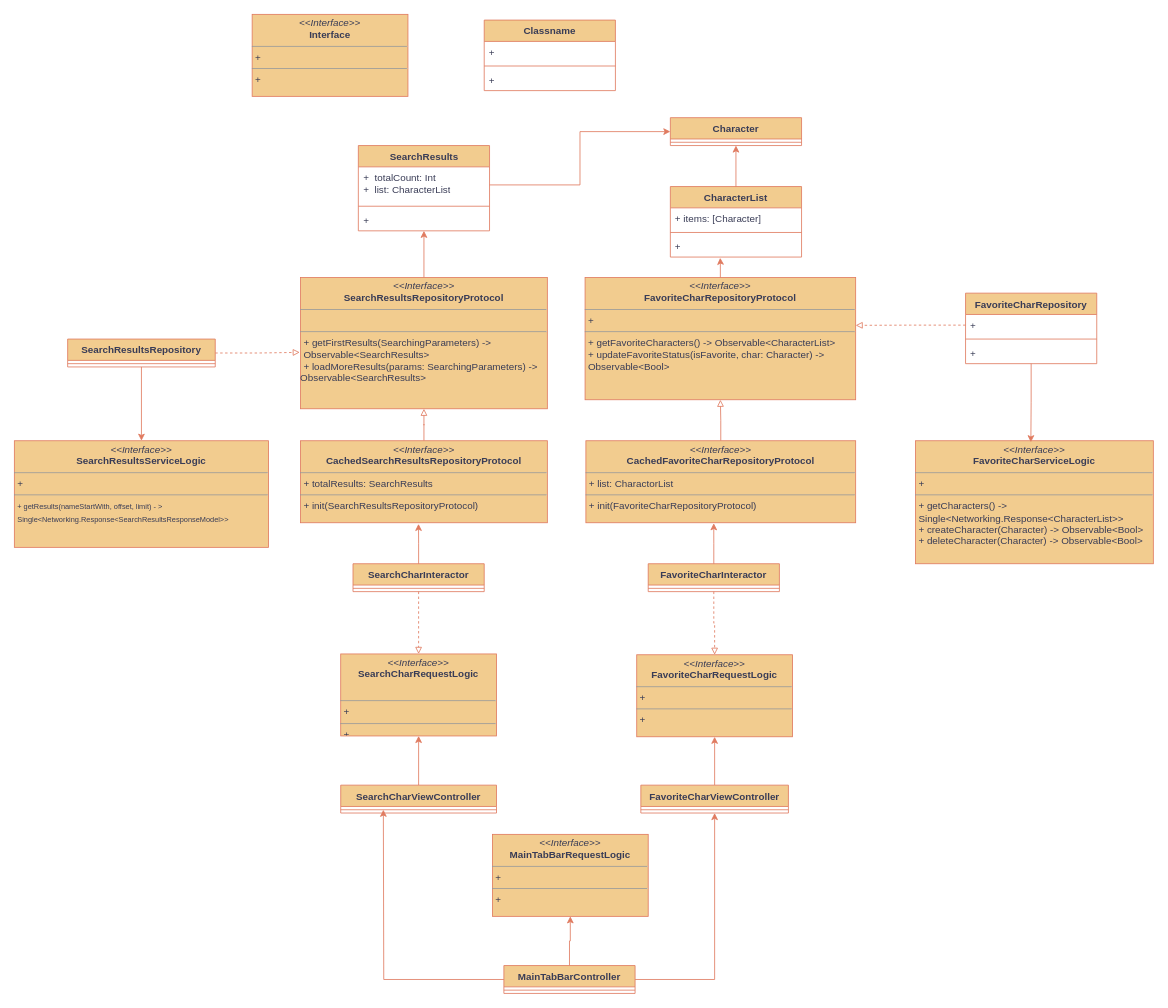
Above: Characters.drawio in gookhee/diagrams (draw.io), before the change. Source tidied: cells renumbered, new cells numbered last; positions are measured from the earlier drawing's top-left corner, leaving out a move shared by most shapes. Both pictures are drawn from the tidied source at 82%, with x=0, y=0 at pixel (14, 14).
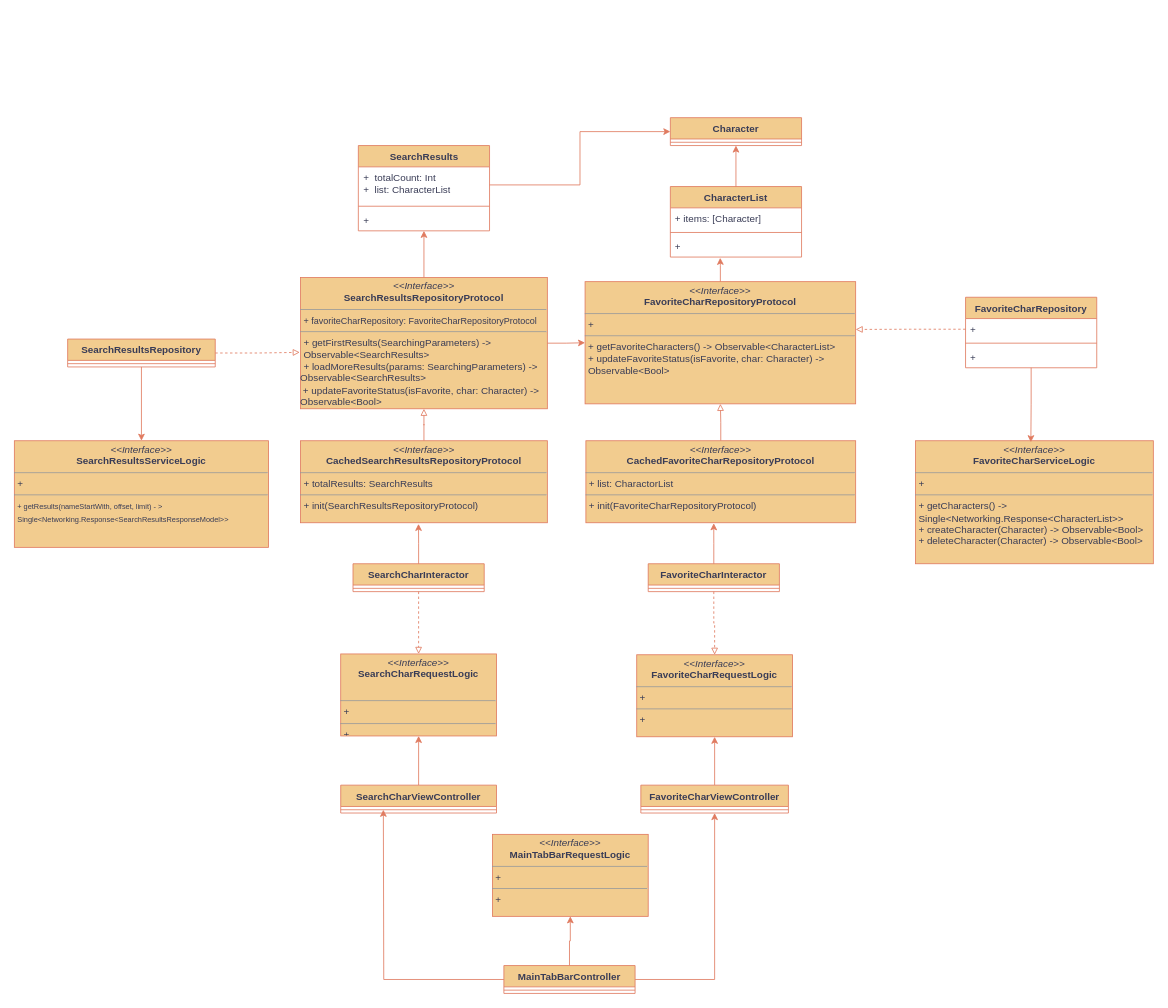
Above is the later version.

The edit, as a diff of the source:
```diff
@@
-    <mxCell id="2" value="&lt;p style=&quot;margin:0px;margin-top:4px;text-align:center;&quot;&gt;&lt;i&gt;&amp;lt;&amp;lt;Interface&amp;gt;&amp;gt;&lt;/i&gt;&lt;br&gt;&lt;b&gt;Interface&lt;/b&gt;&lt;/p&gt;&lt;hr size=&quot;1&quot;&gt;&lt;p style=&quot;margin:0px;margin-left:4px;&quot;&gt;+&amp;nbsp;&lt;br&gt;&lt;/p&gt;&lt;hr size=&quot;1&quot;&gt;&lt;p style=&quot;margin:0px;margin-left:4px;&quot;&gt;+&amp;nbsp;&lt;br&gt;&lt;/p&gt;" style="verticalAlign=top;align=left;overflow=fill;fontSize=12;fontFamily=Helvetica;html=1;whiteSpace=wrap;labelBackgroundColor=none;fillColor=#F2CC8F;strokeColor=#E07A5F;fontColor=#393C56;" parent="1" vertex="1">
-      <mxGeometry x="290" width="190" height="100" as="geometry" />
-    </mxCell>
@@
+    <mxCell id="61" style="edgeStyle=orthogonalEdgeStyle;rounded=0;jettySize=auto;html=1;entryX=0;entryY=0.5;entryDx=0;entryDy=0;strokeColor=#E07A5F;fontColor=#393C56;fillColor=#F2CC8F;" parent="1" edge="1" source="27" target="38">
+      <mxGeometry relative="1" as="geometry" />
+    </mxCell>
-    <mxCell id="27" value="&lt;p style=&quot;margin:0px;margin-top:4px;text-align:center;&quot;&gt;&lt;i&gt;&amp;lt;&amp;lt;Interface&amp;gt;&amp;gt;&lt;/i&gt;&lt;br&gt;&lt;b&gt;SearchResultsRepositoryProtocol&lt;/b&gt;&lt;/p&gt;&lt;hr size=&quot;1&quot;&gt;&lt;p style=&quot;margin:0px;margin-left:4px;&quot;&gt;&lt;br&gt;&lt;/p&gt;&lt;hr size=&quot;1&quot;&gt;&lt;p style=&quot;margin:0px;margin-left:4px;&quot;&gt;+ getFirstResults(SearchingParameters) -&amp;gt; Observable&amp;lt;SearchResults&amp;gt;&lt;/p&gt;&lt;p style=&quot;margin:0px;margin-left:4px;&quot;&gt;+ loadMoreResults(params: SearchingParameters) -&amp;gt;&amp;nbsp;&lt;/p&gt;Observable&amp;lt;SearchResults&amp;gt;" style="verticalAlign=top;align=left;overflow=fill;fontSize=12;fontFamily=Helvetica;html=1;whiteSpace=wrap;labelBackgroundColor=none;fillColor=#F2CC8F;strokeColor=#E07A5F;fontColor=#393C56;" parent="1" vertex="1">
+    <mxCell id="27" value="&lt;p style=&quot;margin:0px;margin-top:4px;text-align:center;&quot;&gt;&lt;i&gt;&amp;lt;&amp;lt;Interface&amp;gt;&amp;gt;&lt;/i&gt;&lt;br&gt;&lt;b&gt;SearchResultsRepositoryProtocol&lt;/b&gt;&lt;/p&gt;&lt;hr size=&quot;1&quot;&gt;&lt;p style=&quot;margin:0px;margin-left:4px;&quot;&gt;&lt;font style=&quot;font-size: 11px;&quot;&gt;+ favoriteCharRepository: FavoriteCharRepositoryProtocol&lt;/font&gt;&lt;/p&gt;&lt;hr size=&quot;1&quot;&gt;&lt;p style=&quot;margin:0px;margin-left:4px;&quot;&gt;+ getFirstResults(SearchingParameters) -&amp;gt; Observable&amp;lt;SearchResults&amp;gt;&lt;/p&gt;&lt;p style=&quot;margin:0px;margin-left:4px;&quot;&gt;+ loadMoreResults(params: SearchingParameters) -&amp;gt;&amp;nbsp;&lt;/p&gt;Observable&amp;lt;SearchResults&amp;gt;&lt;br&gt;&amp;nbsp;+ updateFavoriteStatus(isFavorite, char: Character) -&amp;gt; Observable&amp;lt;Bool&amp;gt;" style="verticalAlign=top;align=left;overflow=fill;fontSize=12;fontFamily=Helvetica;html=1;whiteSpace=wrap;labelBackgroundColor=none;fillColor=#F2CC8F;strokeColor=#E07A5F;fontColor=#393C56;" parent="1" vertex="1">
       <mxGeometry x="349" y="321" width="301" height="160" as="geometry" />
     </mxCell>
@@
     <mxCell id="38" value="&lt;p style=&quot;margin:0px;margin-top:4px;text-align:center;&quot;&gt;&lt;i&gt;&amp;lt;&amp;lt;Interface&amp;gt;&amp;gt;&lt;/i&gt;&lt;br&gt;&lt;b&gt;FavoriteCharRepositoryProtocol&lt;/b&gt;&lt;/p&gt;&lt;hr size=&quot;1&quot;&gt;&lt;p style=&quot;margin:0px;margin-left:4px;&quot;&gt;+&amp;nbsp;&lt;br&gt;&lt;/p&gt;&lt;hr size=&quot;1&quot;&gt;&lt;p style=&quot;margin:0px;margin-left:4px;&quot;&gt;+ getFavoriteCharacters() -&amp;gt; Observable&amp;lt;CharacterList&amp;gt;&lt;/p&gt;&lt;p style=&quot;margin:0px;margin-left:4px;&quot;&gt;+ updateFavoriteStatus(isFavorite, char: Character) -&amp;gt; Observable&amp;lt;Bool&amp;gt;&lt;/p&gt;" style="verticalAlign=top;align=left;overflow=fill;fontSize=12;fontFamily=Helvetica;html=1;whiteSpace=wrap;labelBackgroundColor=none;fillColor=#F2CC8F;strokeColor=#E07A5F;fontColor=#393C56;" parent="1" vertex="1">
-      <mxGeometry x="696" y="321" width="330" height="149" as="geometry" />
+      <mxGeometry x="696" y="326" width="330" height="149" as="geometry" />
     </mxCell>
@@
-    <mxCell id="40" value="Classname" style="swimlane;fontStyle=1;align=center;verticalAlign=top;horizontal=1;startSize=26;whiteSpace=wrap;html=1;labelBackgroundColor=none;fillColor=#F2CC8F;strokeColor=#E07A5F;fontColor=#393C56;" parent="1" vertex="1">
-      <mxGeometry x="573" y="7" width="160" height="86" as="geometry" />
-    </mxCell>
-    <mxCell id="41" value="+&amp;nbsp;" style="text;strokeColor=none;fillColor=none;align=left;verticalAlign=top;spacingLeft=4;spacingRight=4;overflow=hidden;whiteSpace=wrap;html=1;labelBackgroundColor=none;fontColor=#393C56;" parent="40" vertex="1">
-      <mxGeometry y="26" width="160" height="26" as="geometry" />
-    </mxCell>
-    <mxCell id="42" style="line;strokeWidth=1;fillColor=none;align=left;verticalAlign=middle;spacingTop=-1;spacingLeft=3;spacingRight=3;labelPosition=right;strokeColor=#E07A5F;labelBackgroundColor=none;fontColor=#393C56;" parent="40" vertex="1">
-      <mxGeometry y="52" width="160" height="8" as="geometry" />
-    </mxCell>
-    <mxCell id="43" value="+" style="text;strokeColor=none;fillColor=none;align=left;verticalAlign=top;spacingLeft=4;spacingRight=4;overflow=hidden;whiteSpace=wrap;html=1;labelBackgroundColor=none;fontColor=#393C56;" parent="40" vertex="1">
-      <mxGeometry y="60" width="160" height="26" as="geometry" />
-    </mxCell>
@@
     <mxCell id="55" value="FavoriteCharRepository" style="swimlane;fontStyle=1;align=center;verticalAlign=top;horizontal=1;startSize=26;whiteSpace=wrap;html=1;labelBackgroundColor=none;fillColor=#F2CC8F;strokeColor=#E07A5F;fontColor=#393C56;" parent="1" vertex="1">
-      <mxGeometry x="1160" y="340" width="160" height="86" as="geometry" />
+      <mxGeometry x="1160" y="345" width="160" height="86" as="geometry" />
     </mxCell>
```
